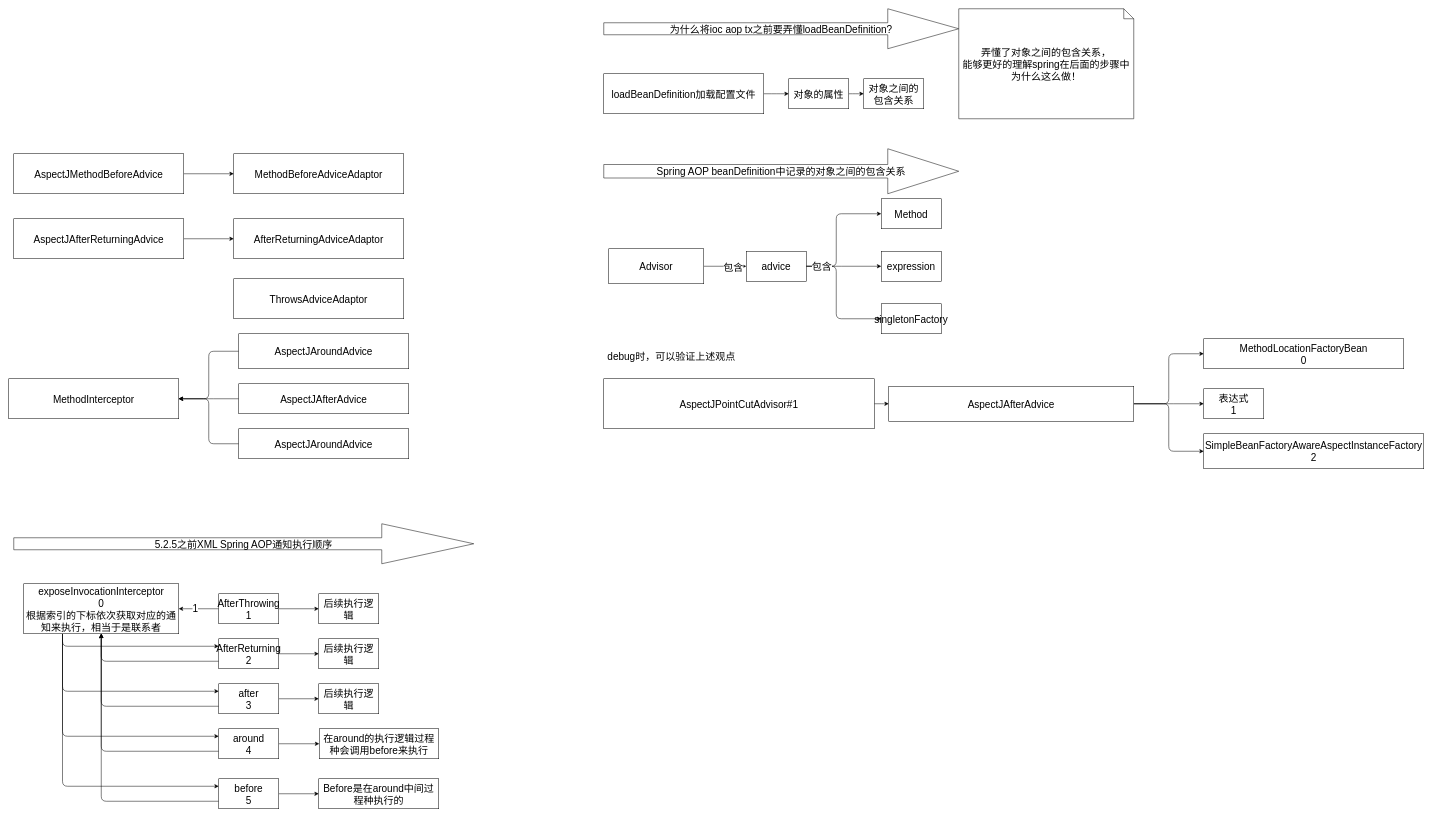
The draw.io diagram spring/Aop拦截器的执行.drawio in ZWYXY/all_images, before the edit. Source tidied: cells renumbered, new cells numbered last; positions are measured from the earlier drawing's top-left corner, leaving out a move shared by most shapes. Both pictures are drawn from the tidied source at 50%, with x=0, y=0 at pixel (8, 8).
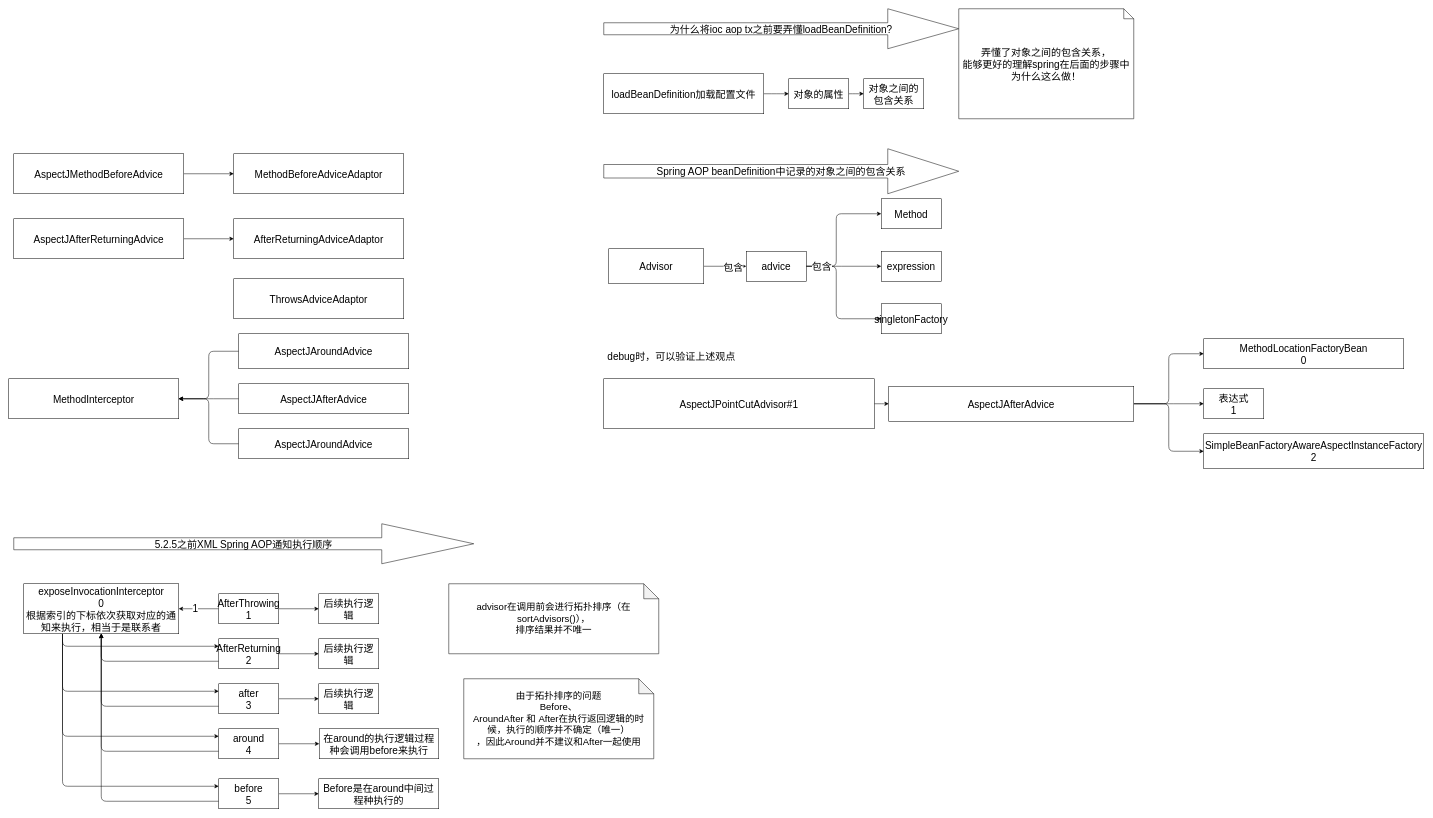
The same diagram, later.

The edit, as a diff of the source:
```diff
@@
+    <mxCell id="72" value="由于拓扑排序的问题&lt;br&gt;Before、&lt;br style=&quot;font-size: 19px&quot;&gt;AroundAfter 和 After在执行返回逻辑的时候，执行的顺序并不确定（唯一）&lt;br&gt;，因此Around并不建议和After一起使用" style="shape=note;whiteSpace=wrap;html=1;backgroundOutline=1;darkOpacity=0.05;fontSize=19;" parent="1" vertex="1">
+      <mxGeometry x="910" y="1340" width="380" height="160" as="geometry" />
+    </mxCell>
+    <mxCell id="73" value="advisor在调用前会进行拓扑排序（在sortAdvisors()），&lt;br&gt;排序结果并不唯一" style="shape=note;whiteSpace=wrap;html=1;backgroundOutline=1;darkOpacity=0.05;fontSize=19;" parent="1" vertex="1">
+      <mxGeometry x="880" y="1150" width="420" height="140" as="geometry" />
+    </mxCell>
```
